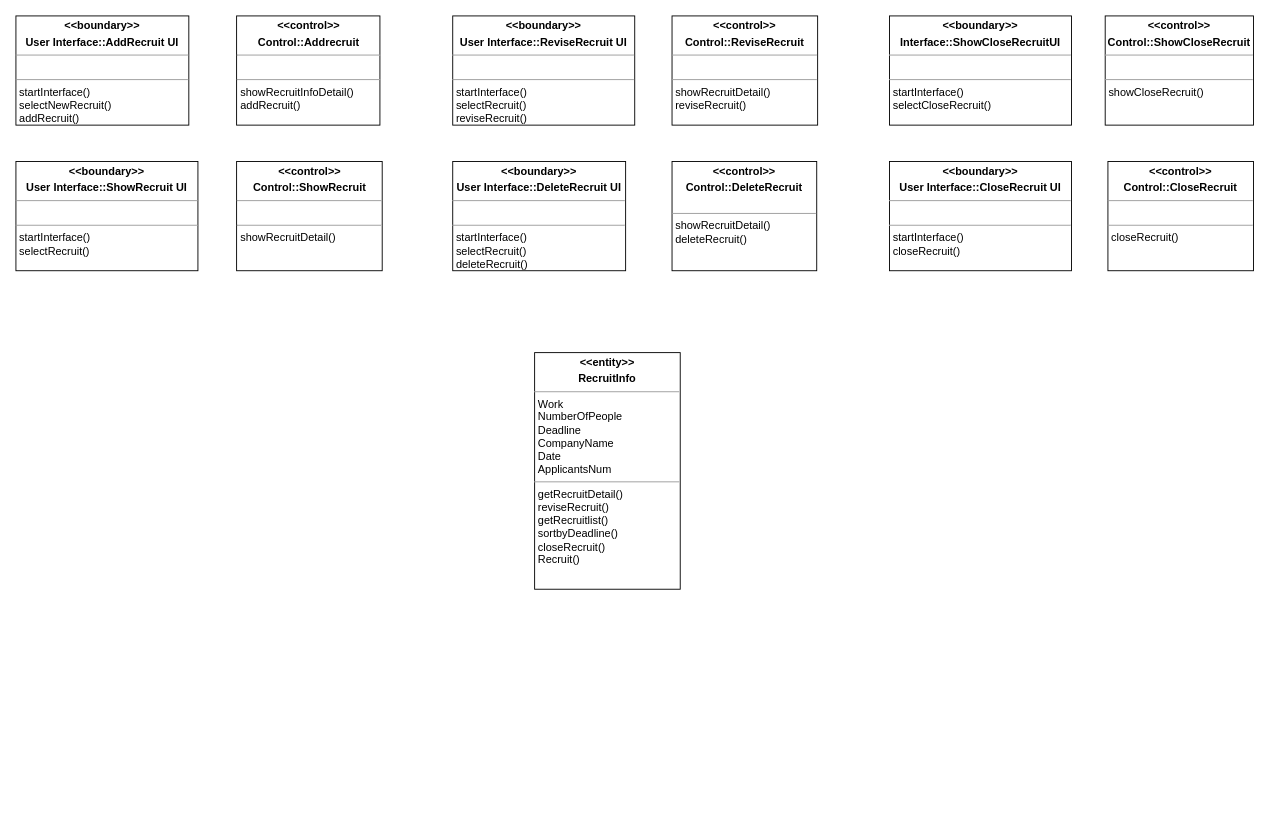
Before: Seongyu/AnalysisDiagram_B715102_유선규.drawio in KimTaemin-Git/SE2, a draw.io diagram. Source tidied: cells renumbered, new cells numbered last; positions are measured from the earlier drawing's top-left corner, leaving out a move shared by most shapes. Both pictures are drawn from the tidied source at 91%, with x=0, y=0 at pixel (15, 15).
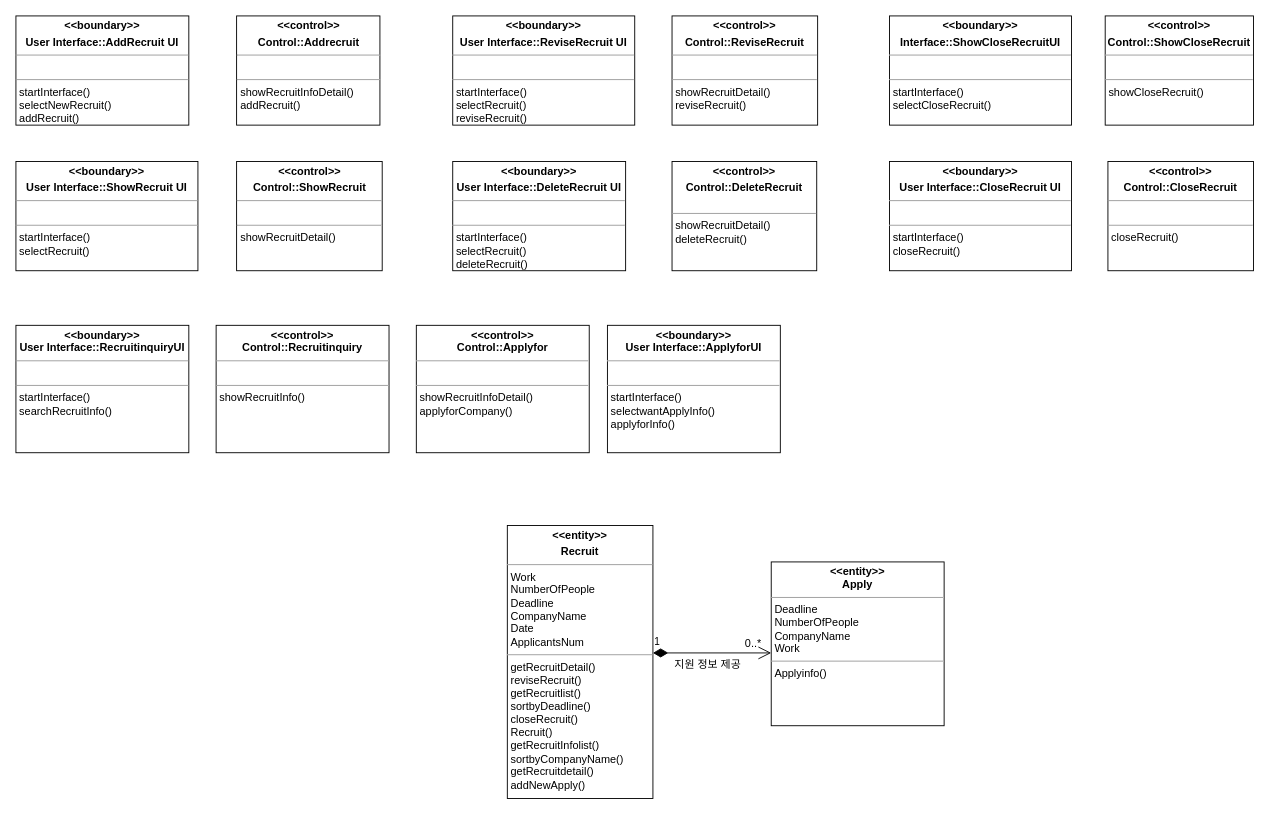
Above is the later version.

Commit message:
AnalysisDiagram_B811045_김태민.drawio 업데이트

Diff of the diagram source:
```diff
@@
-    <mxCell id="4" value="&lt;p style=&quot;margin:0px;margin-top:4px;text-align:center;&quot;&gt;&lt;b&gt;&amp;lt;&amp;lt;entity&amp;gt;&amp;gt;&lt;/b&gt;&lt;/p&gt;&lt;p style=&quot;margin:0px;margin-top:4px;text-align:center;&quot;&gt;&lt;b&gt;RecruitInfo&lt;/b&gt;&lt;/p&gt;&lt;hr size=&quot;1&quot;&gt;&lt;p style=&quot;margin:0px;margin-left:4px;&quot;&gt;Work&lt;/p&gt;&lt;p style=&quot;margin:0px;margin-left:4px;&quot;&gt;NumberOfPeople&lt;/p&gt;&lt;p style=&quot;margin:0px;margin-left:4px;&quot;&gt;Deadline&lt;/p&gt;&lt;p style=&quot;margin:0px;margin-left:4px;&quot;&gt;CompanyName&lt;/p&gt;&lt;p style=&quot;margin:0px;margin-left:4px;&quot;&gt;Date&lt;/p&gt;&lt;p style=&quot;margin:0px;margin-left:4px;&quot;&gt;ApplicantsNum&lt;/p&gt;&lt;hr size=&quot;1&quot;&gt;&lt;p style=&quot;margin:0px;margin-left:4px;&quot;&gt;getRecruitDetail()&lt;br&gt;&lt;/p&gt;&lt;p style=&quot;margin:0px;margin-left:4px;&quot;&gt;reviseRecruit()&lt;br&gt;&lt;/p&gt;&lt;p style=&quot;margin:0px;margin-left:4px;&quot;&gt;getRecruitlist()&lt;/p&gt;&lt;p style=&quot;margin:0px;margin-left:4px;&quot;&gt;sortbyDeadline()&lt;br&gt;&lt;/p&gt;&lt;p style=&quot;margin:0px;margin-left:4px;&quot;&gt;closeRecruit()&lt;/p&gt;&lt;p style=&quot;margin:0px;margin-left:4px;&quot;&gt;Recruit()&lt;br&gt;&lt;/p&gt;&lt;p style=&quot;margin:0px;margin-left:4px;&quot;&gt;&lt;br&gt;&lt;/p&gt;&lt;p style=&quot;margin:0px;margin-left:4px;&quot;&gt;&lt;br&gt;&lt;/p&gt;" style="verticalAlign=top;align=left;overflow=fill;fontSize=12;fontFamily=Helvetica;html=1;whiteSpace=wrap;" parent="1" vertex="1">
-      <mxGeometry x="570" y="370" width="160" height="260" as="geometry" />
+    <mxCell id="4" value="&lt;p style=&quot;margin:0px;margin-top:4px;text-align:center;&quot;&gt;&lt;b&gt;&amp;lt;&amp;lt;entity&amp;gt;&amp;gt;&lt;/b&gt;&lt;/p&gt;&lt;p style=&quot;margin:0px;margin-top:4px;text-align:center;&quot;&gt;&lt;b&gt;Recruit&lt;/b&gt;&lt;/p&gt;&lt;hr size=&quot;1&quot;&gt;&lt;p style=&quot;margin:0px;margin-left:4px;&quot;&gt;Work&lt;/p&gt;&lt;p style=&quot;margin:0px;margin-left:4px;&quot;&gt;NumberOfPeople&lt;/p&gt;&lt;p style=&quot;margin:0px;margin-left:4px;&quot;&gt;Deadline&lt;/p&gt;&lt;p style=&quot;margin:0px;margin-left:4px;&quot;&gt;CompanyName&lt;/p&gt;&lt;p style=&quot;margin:0px;margin-left:4px;&quot;&gt;Date&lt;/p&gt;&lt;p style=&quot;margin:0px;margin-left:4px;&quot;&gt;ApplicantsNum&lt;/p&gt;&lt;hr size=&quot;1&quot;&gt;&lt;p style=&quot;margin:0px;margin-left:4px;&quot;&gt;getRecruitDetail()&lt;br&gt;&lt;/p&gt;&lt;p style=&quot;margin:0px;margin-left:4px;&quot;&gt;reviseRecruit()&lt;br&gt;&lt;/p&gt;&lt;p style=&quot;margin:0px;margin-left:4px;&quot;&gt;getRecruitlist()&lt;/p&gt;&lt;p style=&quot;margin:0px;margin-left:4px;&quot;&gt;sortbyDeadline()&lt;br&gt;&lt;/p&gt;&lt;p style=&quot;margin:0px;margin-left:4px;&quot;&gt;closeRecruit()&lt;/p&gt;&lt;p style=&quot;margin:0px;margin-left:4px;&quot;&gt;Recruit()&lt;br&gt;&lt;/p&gt;&lt;p style=&quot;border-color: var(--border-color); margin: 0px 0px 0px 4px;&quot;&gt;getRecruitInfolist()&lt;/p&gt;&lt;p style=&quot;border-color: var(--border-color); margin: 0px 0px 0px 4px;&quot;&gt;sortbyCompanyName()&lt;/p&gt;&lt;p style=&quot;border-color: var(--border-color); margin: 0px 0px 0px 4px;&quot;&gt;getRecruitdetail()&lt;/p&gt;&lt;p style=&quot;border-color: var(--border-color); margin: 0px 0px 0px 4px;&quot;&gt;addNewApply()&lt;/p&gt;&lt;p style=&quot;margin:0px;margin-left:4px;&quot;&gt;&lt;br&gt;&lt;/p&gt;" style="verticalAlign=top;align=left;overflow=fill;fontSize=12;fontFamily=Helvetica;html=1;whiteSpace=wrap;" parent="1" vertex="1">
+      <mxGeometry x="540" y="560" width="160" height="300" as="geometry" />
     </mxCell>
@@
+    <mxCell id="15" value="&lt;p style=&quot;margin:0px;margin-top:4px;text-align:center;&quot;&gt;&lt;b style=&quot;&quot;&gt;&amp;lt;&amp;lt;boundary&amp;gt;&amp;gt;&lt;/b&gt;&lt;br&gt;&lt;b&gt;User Interface::RecruitinquiryUI&lt;/b&gt;&lt;/p&gt;&lt;hr size=&quot;1&quot;&gt;&lt;p style=&quot;margin:0px;margin-left:4px;&quot;&gt;&lt;br&gt;&lt;/p&gt;&lt;hr size=&quot;1&quot;&gt;&lt;p style=&quot;margin:0px;margin-left:4px;&quot;&gt;startInterface()&lt;/p&gt;&lt;p style=&quot;margin:0px;margin-left:4px;&quot;&gt;searchRecruitInfo()&lt;/p&gt;" style="verticalAlign=top;align=left;overflow=fill;fontSize=12;fontFamily=Helvetica;html=1;whiteSpace=wrap;" parent="1" vertex="1">
+      <mxGeometry y="340" width="190" height="140" as="geometry" />
+    </mxCell>
+    <mxCell id="16" value="&lt;p style=&quot;margin:0px;margin-top:4px;text-align:center;&quot;&gt;&lt;b style=&quot;&quot;&gt;&amp;lt;&amp;lt;control&amp;gt;&amp;gt;&lt;/b&gt;&lt;br&gt;&lt;b&gt;Control::Recruitinquiry&lt;/b&gt;&lt;/p&gt;&lt;hr size=&quot;1&quot;&gt;&lt;p style=&quot;margin:0px;margin-left:4px;&quot;&gt;&lt;br&gt;&lt;/p&gt;&lt;hr size=&quot;1&quot;&gt;&lt;p style=&quot;margin:0px;margin-left:4px;&quot;&gt;showRecruitInfo()&lt;/p&gt;" style="verticalAlign=top;align=left;overflow=fill;fontSize=12;fontFamily=Helvetica;html=1;whiteSpace=wrap;" parent="1" vertex="1">
+      <mxGeometry x="220" y="340" width="190" height="140" as="geometry" />
+    </mxCell>
+    <mxCell id="17" value="&lt;p style=&quot;margin:0px;margin-top:4px;text-align:center;&quot;&gt;&lt;b&gt;&amp;lt;&amp;lt;control&amp;gt;&amp;gt;&lt;br&gt;Control::Applyfor&lt;/b&gt;&lt;/p&gt;&lt;hr size=&quot;1&quot;&gt;&lt;p style=&quot;margin:0px;margin-left:4px;&quot;&gt;&lt;br&gt;&lt;/p&gt;&lt;hr size=&quot;1&quot;&gt;&lt;p style=&quot;margin:0px;margin-left:4px;&quot;&gt;showRecruitInfoDetail()&lt;/p&gt;&lt;p style=&quot;margin:0px;margin-left:4px;&quot;&gt;applyforCompany()&lt;/p&gt;" style="verticalAlign=top;align=left;overflow=fill;fontSize=12;fontFamily=Helvetica;html=1;whiteSpace=wrap;" parent="1" vertex="1">
+      <mxGeometry x="440" y="340" width="190" height="140" as="geometry" />
+    </mxCell>
+    <mxCell id="18" value="&lt;p style=&quot;margin:0px;margin-top:4px;text-align:center;&quot;&gt;&lt;b style=&quot;&quot;&gt;&amp;lt;&amp;lt;boundary&amp;gt;&amp;gt;&lt;/b&gt;&lt;br&gt;&lt;b&gt;User Interface::ApplyforUI&lt;/b&gt;&lt;/p&gt;&lt;hr size=&quot;1&quot;&gt;&lt;p style=&quot;margin:0px;margin-left:4px;&quot;&gt;&lt;br&gt;&lt;/p&gt;&lt;hr size=&quot;1&quot;&gt;&lt;p style=&quot;margin:0px;margin-left:4px;&quot;&gt;startInterface()&lt;/p&gt;&lt;p style=&quot;margin:0px;margin-left:4px;&quot;&gt;selectwantApplyInfo()&lt;/p&gt;&lt;p style=&quot;margin:0px;margin-left:4px;&quot;&gt;applyforInfo()&lt;/p&gt;" style="verticalAlign=top;align=left;overflow=fill;fontSize=12;fontFamily=Helvetica;html=1;whiteSpace=wrap;" parent="1" vertex="1">
+      <mxGeometry x="650" y="340" width="190" height="140" as="geometry" />
+    </mxCell>
+    <mxCell id="19" value="0..*" style="text;html=1;align=center;verticalAlign=middle;strokeColor=none;fillColor=none;" parent="1" vertex="1">
+      <mxGeometry x="790" y="675" width="40" height="30" as="geometry" />
+    </mxCell>
+    <mxCell id="20" value="지원 정보 제공" style="text;html=1;align=center;verticalAlign=middle;strokeColor=none;fillColor=none;" parent="1" vertex="1">
+      <mxGeometry x="710" y="698" width="100" height="30" as="geometry" />
+    </mxCell>
+    <mxCell id="21" value="1" style="endArrow=open;html=1;endSize=12;startArrow=diamondThin;startSize=14;startFill=1;edgeStyle=orthogonalEdgeStyle;align=left;verticalAlign=bottom;rounded=0;" parent="1" edge="1">
+      <mxGeometry x="-1" y="3" relative="1" as="geometry">
+        <mxPoint x="700" y="700" as="sourcePoint" />
+        <mxPoint x="830" y="700" as="targetPoint" />
+      </mxGeometry>
+    </mxCell>
+    <mxCell id="22" value="&lt;p style=&quot;margin:0px;margin-top:4px;text-align:center;&quot;&gt;&lt;b style=&quot;&quot;&gt;&amp;lt;&amp;lt;entity&amp;gt;&amp;gt;&lt;/b&gt;&lt;br&gt;&lt;b&gt;Apply&lt;/b&gt;&lt;/p&gt;&lt;hr size=&quot;1&quot;&gt;&lt;p style=&quot;margin:0px;margin-left:4px;&quot;&gt;Deadline&lt;/p&gt;&lt;p style=&quot;margin:0px;margin-left:4px;&quot;&gt;NumberOfPeople&lt;/p&gt;&lt;p style=&quot;margin:0px;margin-left:4px;&quot;&gt;CompanyName&lt;/p&gt;&lt;p style=&quot;margin:0px;margin-left:4px;&quot;&gt;Work&lt;/p&gt;&lt;hr size=&quot;1&quot;&gt;&lt;p style=&quot;margin:0px;margin-left:4px;&quot;&gt;Applyinfo()&lt;/p&gt;" style="verticalAlign=top;align=left;overflow=fill;fontSize=12;fontFamily=Helvetica;html=1;whiteSpace=wrap;" parent="1" vertex="1">
+      <mxGeometry x="830" y="600" width="190" height="180" as="geometry" />
+    </mxCell>
```
